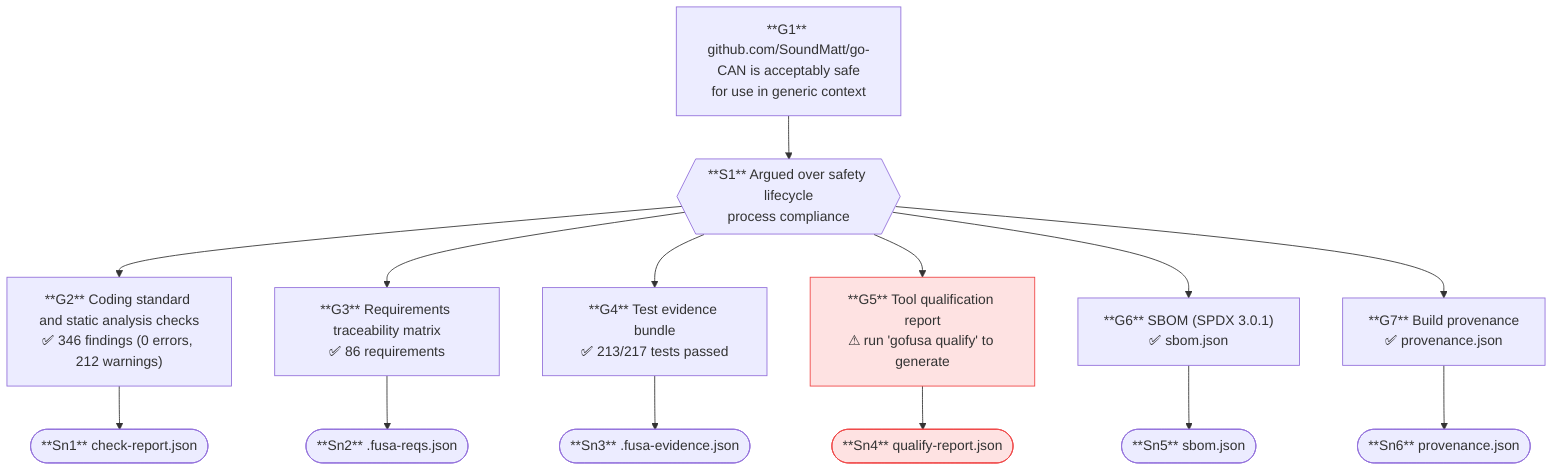
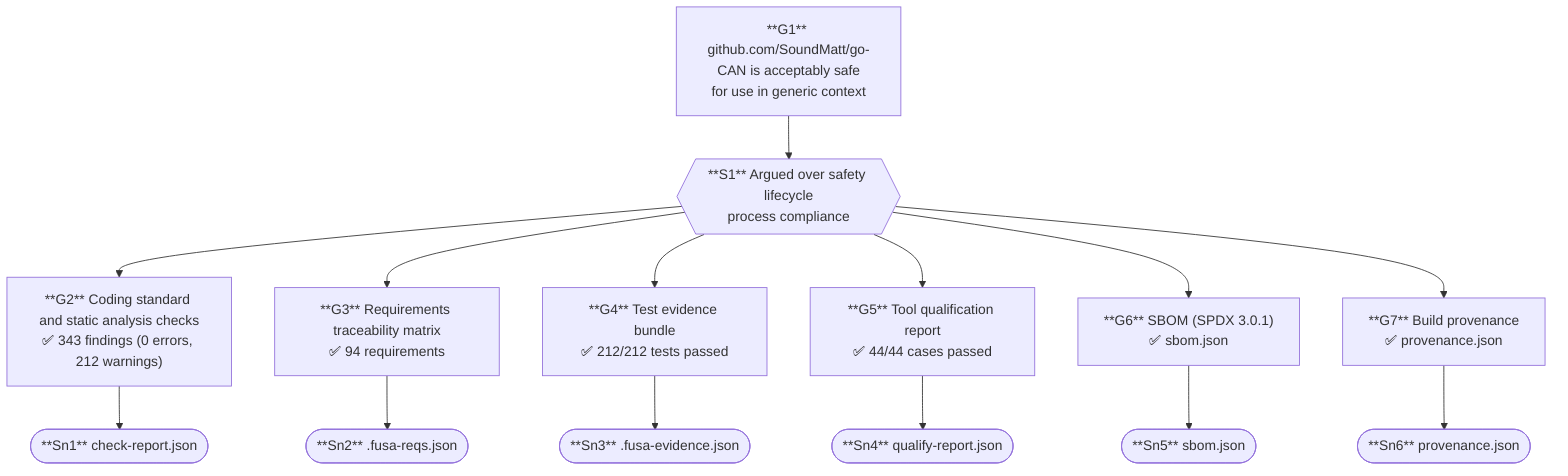
flowchart TD
    G1["**G1** github.com/SoundMatt/go-CAN is acceptably safe\nfor use in generic context"]
    S1{{"**S1** Argued over safety lifecycle\nprocess compliance"}}
-     G2["**G2** Coding standard and static analysis checks\n✅ 346 findings (0 errors, 212 warnings)"]
+     G2["**G2** Coding standard and static analysis checks\n✅ 343 findings (0 errors, 212 warnings)"]
    Sn1(["**Sn1** check-report.json"])
-     G3["**G3** Requirements traceability matrix\n✅ 86 requirements"]
+     G3["**G3** Requirements traceability matrix\n✅ 94 requirements"]
    Sn2(["**Sn2** .fusa-reqs.json"])
-     G4["**G4** Test evidence bundle\n✅ 213/217 tests passed"]
+     G4["**G4** Test evidence bundle\n✅ 212/212 tests passed"]
    Sn3(["**Sn3** .fusa-evidence.json"])
-     G5["**G5** Tool qualification report\n⚠ run 'gofusa qualify' to generate"]
+     G5["**G5** Tool qualification report\n✅ 44/44 cases passed"]
    Sn4(["**Sn4** qualify-report.json"])
    G6["**G6** SBOM (SPDX 3.0.1)\n✅ sbom.json"]
    Sn5(["**Sn5** sbom.json"])
    G7["**G7** Build provenance\n✅ provenance.json"]
    Sn6(["**Sn6** provenance.json"])
    G1 --> S1
    S1 --> G2
    S1 --> G3
    S1 --> G4
    S1 --> G5
    S1 --> G6
    S1 --> G7
    G2 --> Sn1
    G3 --> Sn2
    G4 --> Sn3
    G5 --> Sn4
    G6 --> Sn5
    G7 --> Sn6
-     style G5 fill:#fee2e2,stroke:#ef4444
-     style Sn4 fill:#fee2e2,stroke:#ef4444
